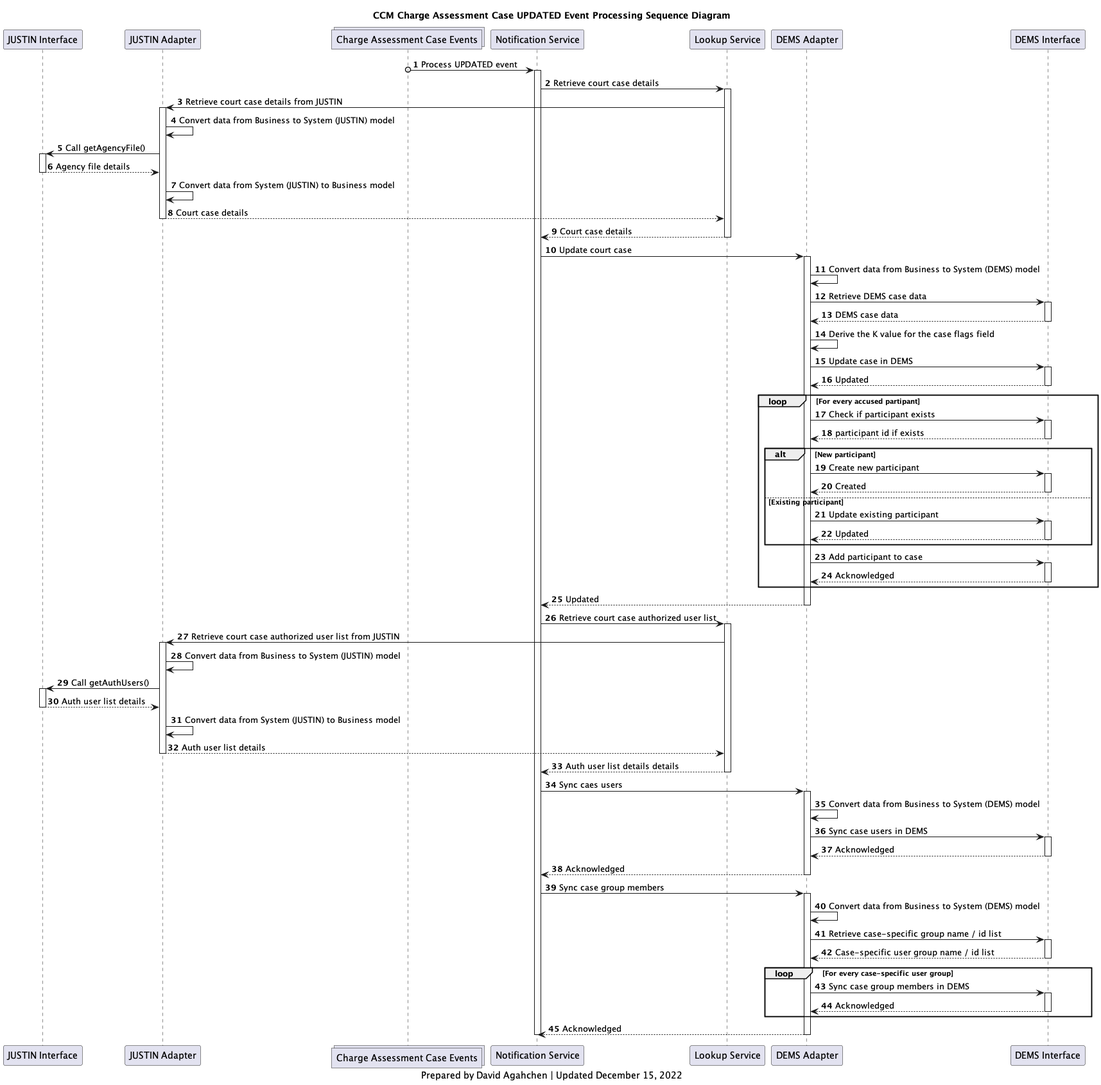
This is diagrams/img/ccm_charge_assessment_case_updated_processing_sequence_diagram.png from bcgov/jpss-jade-ccm, a PlantUML export, as it was before one commit. The source it was exported from:
```plantuml
@startuml
participant j_interface as "JUSTIN Interface"
participant j_adapter as "JUSTIN Adapter"
collections court_cases_topic as "Charge Assessment Case Events"
participant notification_service as "Notification Service"
participant lookup_service as "Lookup Service"
participant d_adapter as "DEMS Adapter"
participant d_interface as "DEMS Interface"

title
CCM Charge Assessment Case UPDATED Event Processing Sequence Diagram
end title

autonumber

court_cases_topic o-> notification_service : Process UPDATED event
activate notification_service
notification_service -> lookup_service: Retrieve court case details
activate lookup_service
lookup_service -> j_adapter: Retrieve court case details from JUSTIN

activate j_adapter
j_adapter -> j_adapter: Convert data from Business to System (JUSTIN) model
j_adapter -> j_interface: Call getAgencyFile()
activate j_interface
j_interface --> j_adapter: Agency file details
deactivate j_interface
j_adapter -> j_adapter: Convert data from System (JUSTIN) to Business model
j_adapter --> lookup_service: Court case details
deactivate j_adapter

lookup_service --> notification_service: Court case details
deactivate lookup_service
notification_service -> d_adapter: Update court case

activate d_adapter
d_adapter -> d_adapter: Convert data from Business to System (DEMS) model

d_adapter -> d_interface: Retrieve DEMS case data
activate d_interface
d_interface --> d_adapter: DEMS case data
deactivate d_interface

d_adapter -> d_adapter: Derive the K value for the case flags field
d_adapter -> d_interface: Update case in DEMS
activate d_interface
d_interface --> d_adapter: Updated
deactivate d_interface

loop For every accused partipant
    d_adapter -> d_interface: Check if participant exists
    activate d_interface
    d_interface --> d_adapter: participant id if exists
    deactivate d_interface
    alt New participant
        d_adapter -> d_interface: Create new participant
        activate d_interface
        d_interface --> d_adapter: Created
        deactivate d_interface
    else Existing participant
        d_adapter -> d_interface: Update existing participant
        activate d_interface
        d_interface --> d_adapter: Updated
        deactivate d_interface
    end
    d_adapter -> d_interface: Add participant to case
    activate d_interface
    d_interface --> d_adapter: Acknowledged
    deactivate d_interface
end

d_adapter --> notification_service: Updated
deactivate d_adapter

notification_service -> lookup_service: Retrieve court case authorized user list
activate lookup_service
lookup_service -> j_adapter: Retrieve court case authorized user list from JUSTIN

activate j_adapter
j_adapter -> j_adapter: Convert data from Business to System (JUSTIN) model
j_adapter -> j_interface: Call getAuthUsers()
activate j_interface
j_interface --> j_adapter: Auth user list details
deactivate j_interface
j_adapter -> j_adapter: Convert data from System (JUSTIN) to Business model
j_adapter --> lookup_service: Auth user list details
deactivate j_adapter

lookup_service --> notification_service: Auth user list details details
deactivate lookup_service

notification_service -> d_adapter: Sync caes users
activate d_adapter
d_adapter -> d_adapter: Convert data from Business to System (DEMS) model
d_adapter -> d_interface: Sync case users in DEMS
activate d_interface
d_interface --> d_adapter: Acknowledged
deactivate d_interface

d_adapter --> notification_service: Acknowledged
deactivate d_adapter

notification_service -> d_adapter: Sync case group members
activate d_adapter
d_adapter -> d_adapter: Convert data from Business to System (DEMS) model
d_adapter -> d_interface: Retrieve case-specific group name / id list
activate d_interface
d_interface --> d_adapter: Case-specific user group name / id list
deactivate d_interface
loop For every case-specific user group
    d_adapter -> d_interface: Sync case group members in DEMS
    activate d_interface
    d_interface --> d_adapter: Acknowledged
    deactivate d_interface
end
d_adapter --> notification_service: Acknowledged
deactivate d_adapter

deactivate notification_service

caption
Prepared by David Agahchen | Updated December 15, 2022
end caption
@enduml
```
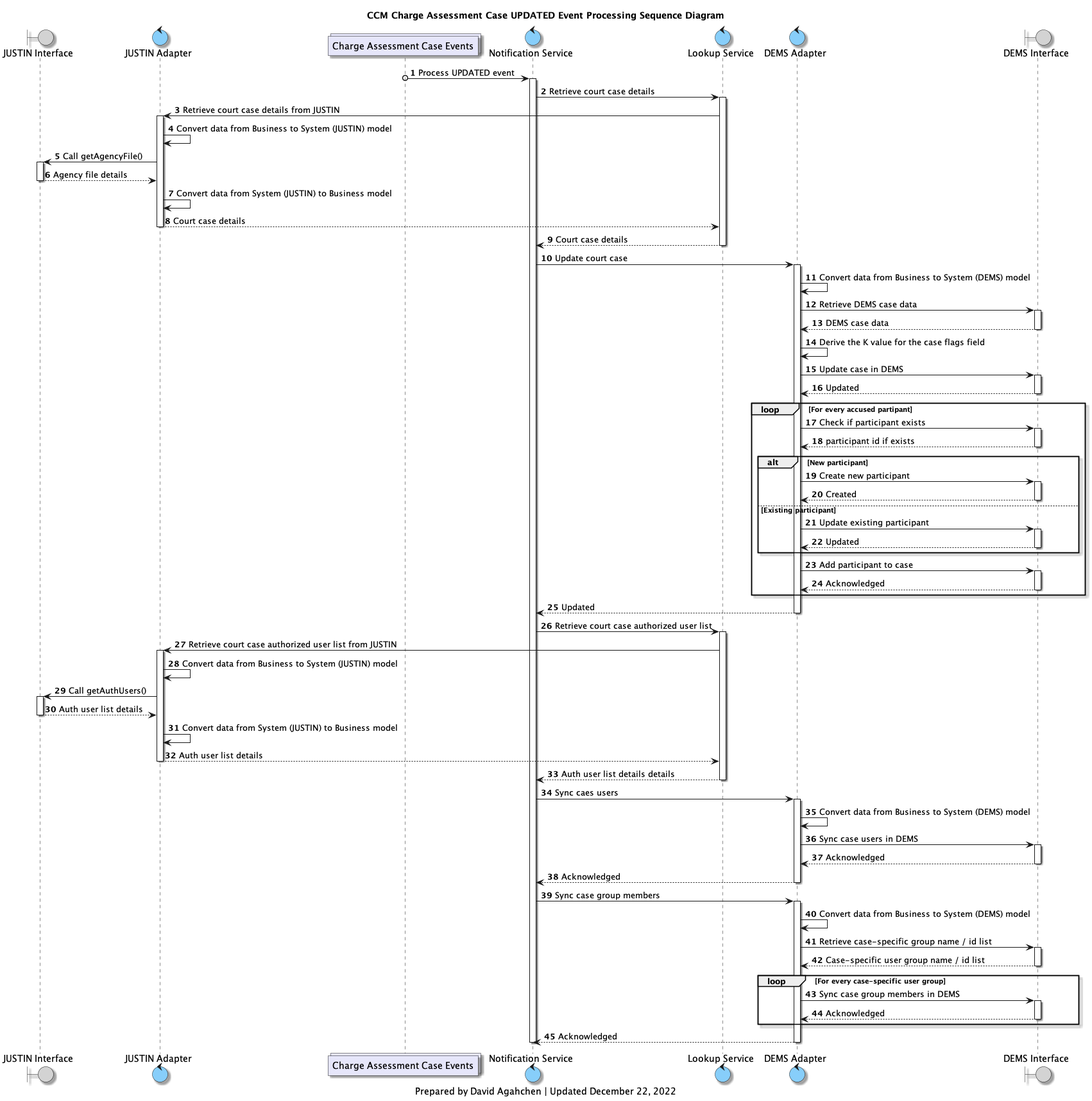
The same diagram one commit later.

The edit, as a diff of the source:
```diff
@@ -1,11 +1,18 @@
 @startuml
-participant j_interface as "JUSTIN Interface"
-participant j_adapter as "JUSTIN Adapter"
+
+skinparam Shadowing true
+skinparam CollectionsBackgroundColor Lavender
+skinparam ControlBackgroundColor LightSkyBlue
+skinparam BoundaryBackgroundColor LightGrey
+
+
+boundary j_interface as "JUSTIN Interface"
+control j_adapter as "JUSTIN Adapter"
 collections court_cases_topic as "Charge Assessment Case Events"
-participant notification_service as "Notification Service"
-participant lookup_service as "Lookup Service"
-participant d_adapter as "DEMS Adapter"
-participant d_interface as "DEMS Interface"
+control notification_service as "Notification Service"
+control lookup_service as "Lookup Service"
+control d_adapter as "DEMS Adapter"
+boundary d_interface as "DEMS Interface"
 
 title
 CCM Charge Assessment Case UPDATED Event Processing Sequence Diagram
@@ -119,6 +126,6 @@
 deactivate notification_service
 
 caption
-Prepared by David Agahchen | Updated December 15, 2022
+Prepared by David Agahchen | Updated December 22, 2022
 end caption
 @enduml
```
